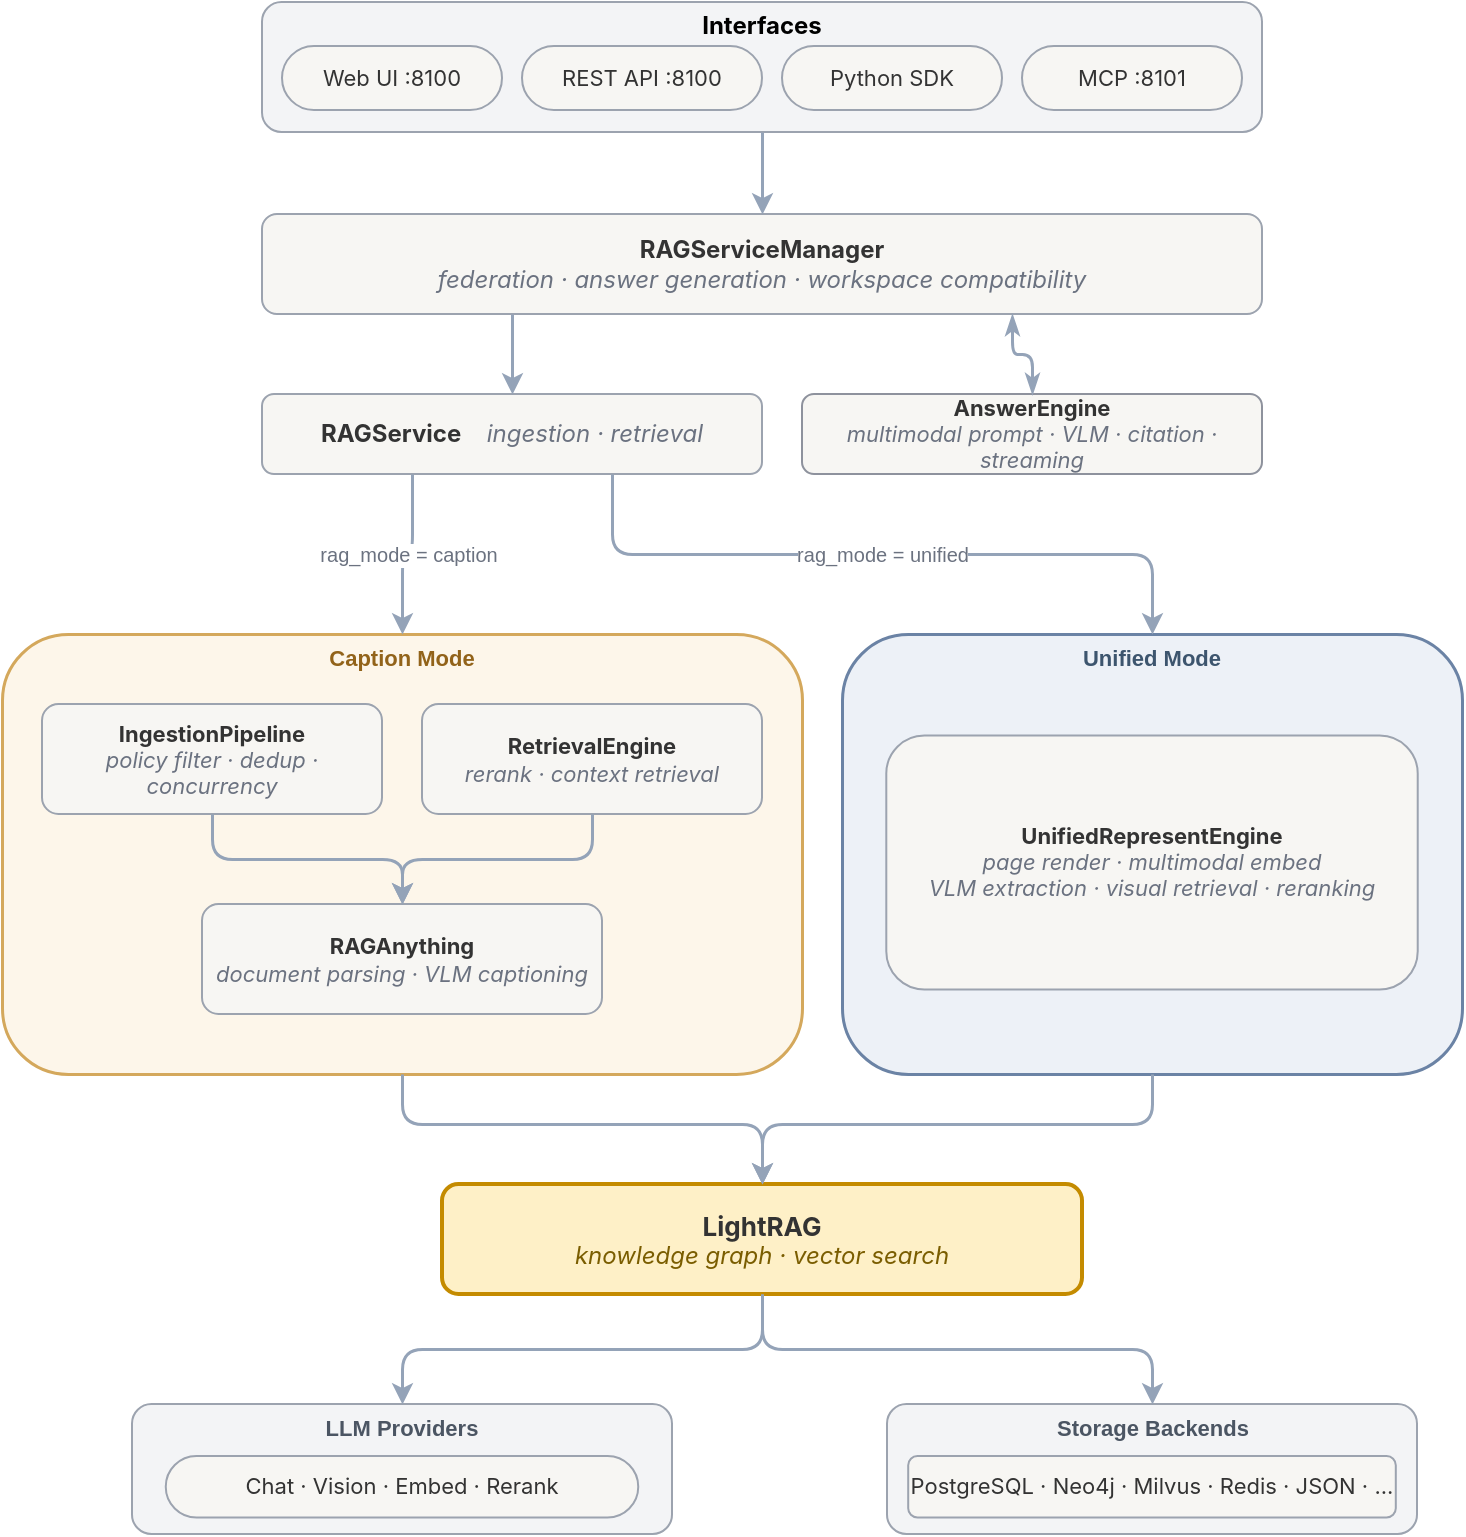
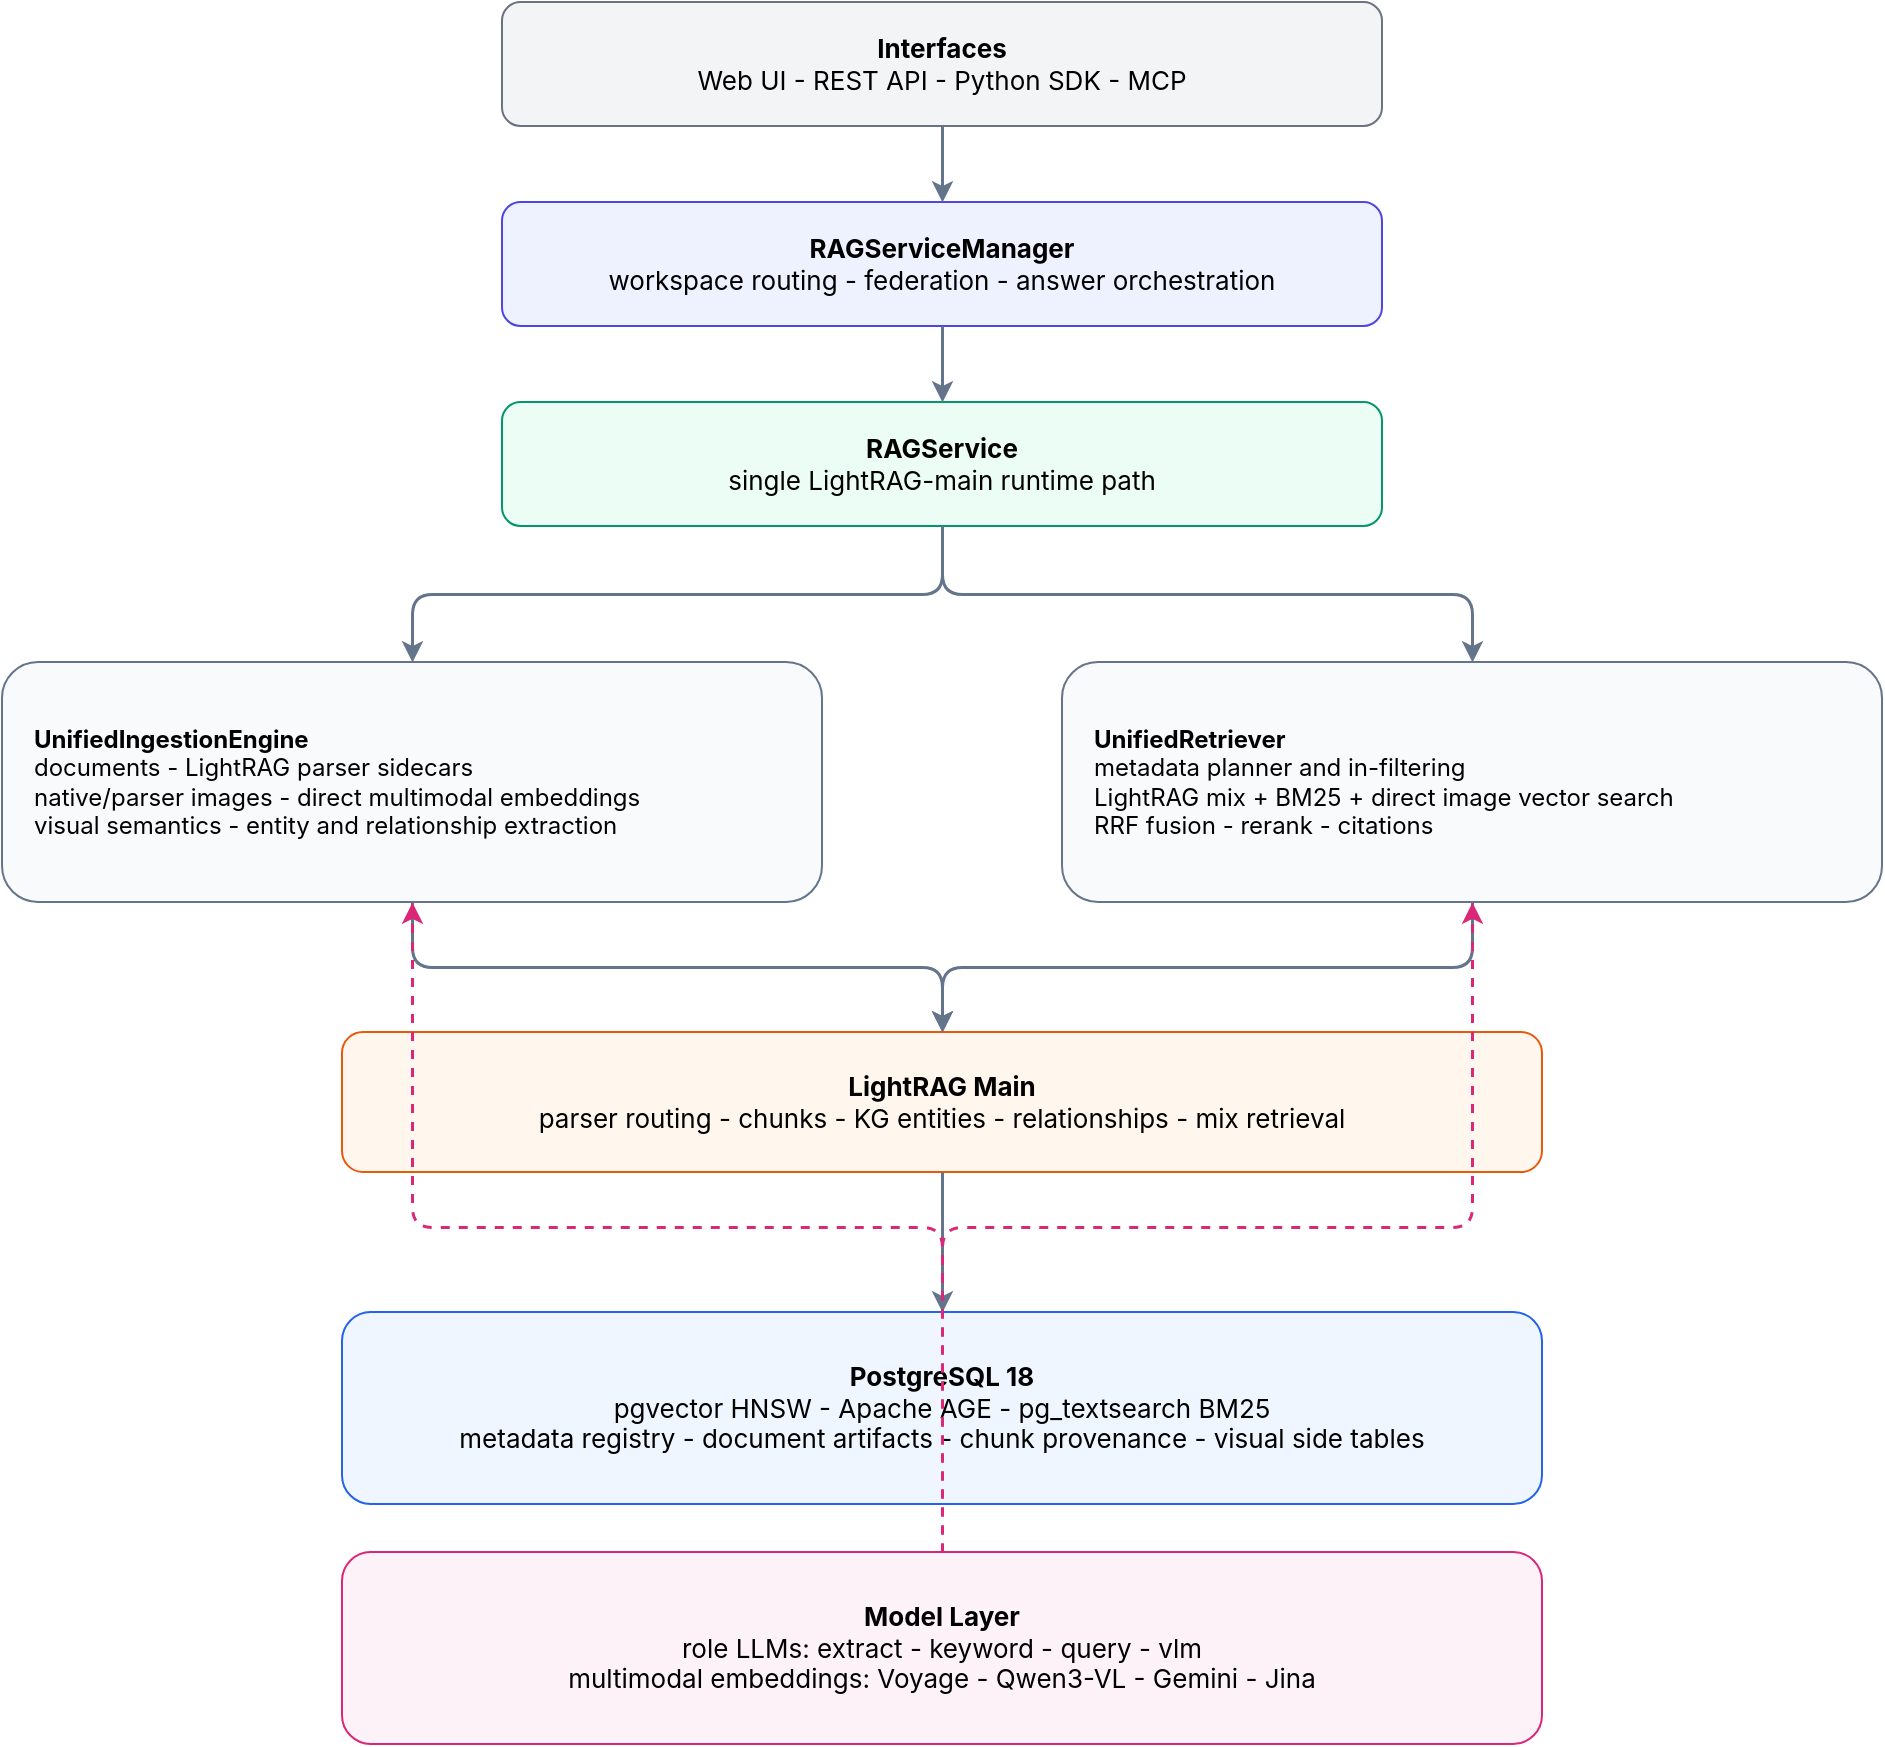
- <mxfile host="Electron" agent="Mozilla/5.0 (Macintosh; Intel Mac OS X 10_15_7) AppleWebKit/537.36 (KHTML, like Gecko) draw.io/29.6.1 Chrome/142.0.7444.265 Electron/39.8.0 Safari/537.36" version="29.6.1">
+ <mxfile host="Electron" version="29.6.1">
  <diagram name="DlightRAG Architecture" id="arch">
-     <mxGraphModel dx="949" dy="1016" grid="1" gridSize="10" guides="1" tooltips="1" connect="1" arrows="1" fold="1" page="0" pageScale="1" pageWidth="850" pageHeight="1100" math="0" shadow="0">
+     <mxGraphModel dx="1100" dy="900" grid="1" gridSize="10" guides="1" tooltips="1" connect="1" arrows="1" fold="1" page="0" pageScale="1" pageWidth="1100" pageHeight="900" math="0" shadow="0">
      <root>
        <mxCell id="0" />
        <mxCell id="1" parent="0" />
-         <mxCell id="interfaces" parent="1" style="rounded=1;whiteSpace=wrap;html=1;fillColor=#f3f4f6;strokeColor=#9ca3af;strokeWidth=1;verticalAlign=top;spacingTop=-2;container=1;collapsible=0;fontColor=#4b5563;" value="&lt;font face=&quot;Inter&quot; style=&quot;color: rgb(0, 0, 0);&quot;&gt;&lt;b style=&quot;&quot;&gt;Interfaces&lt;/b&gt;&lt;/font&gt;" vertex="1">
-           <mxGeometry height="65" width="500" x="200" y="-6" as="geometry" />
+         <mxCell id="interfaces" value="&lt;b&gt;Interfaces&lt;/b&gt;&lt;br&gt;Web UI - REST API - Python SDK - MCP" style="rounded=1;whiteSpace=wrap;html=1;fillColor=#f3f4f6;strokeColor=#6b7280;fontFamily=Inter;fontSize=13;" vertex="1" parent="1">
+           <mxGeometry x="330" y="20" width="440" height="62" as="geometry" />
        </mxCell>
-         <mxCell id="webui" parent="interfaces" style="rounded=1;whiteSpace=wrap;html=1;fillColor=#f7f6f3;strokeColor=#9ca3af;fontSize=11;fontFamily=Inter;arcSize=50;fontColor=#333333;" value="Web UI :8100" vertex="1">
-           <mxGeometry height="32" width="110" x="10" y="22" as="geometry" />
+         <mxCell id="manager" value="&lt;b&gt;RAGServiceManager&lt;/b&gt;&lt;br&gt;workspace routing - federation - answer orchestration" style="rounded=1;whiteSpace=wrap;html=1;fillColor=#eef2ff;strokeColor=#4f46e5;fontFamily=Inter;fontSize=13;" vertex="1" parent="1">
+           <mxGeometry x="330" y="120" width="440" height="62" as="geometry" />
        </mxCell>
-         <mxCell id="rest" parent="interfaces" style="rounded=1;whiteSpace=wrap;html=1;fillColor=#f7f6f3;strokeColor=#9ca3af;fontSize=11;fontFamily=Inter;arcSize=50;fontColor=#333333;" value="REST API :8100" vertex="1">
-           <mxGeometry height="32" width="120" x="130" y="22" as="geometry" />
+         <mxCell id="service" value="&lt;b&gt;RAGService&lt;/b&gt;&lt;br&gt;single LightRAG-main runtime path" style="rounded=1;whiteSpace=wrap;html=1;fillColor=#ecfdf5;strokeColor=#059669;fontFamily=Inter;fontSize=13;" vertex="1" parent="1">
+           <mxGeometry x="330" y="220" width="440" height="62" as="geometry" />
        </mxCell>
-         <mxCell id="sdk" parent="interfaces" style="rounded=1;whiteSpace=wrap;html=1;fillColor=#f7f6f3;strokeColor=#9ca3af;fontSize=11;fontFamily=Inter;arcSize=50;fontColor=#333333;" value="Python SDK" vertex="1">
-           <mxGeometry height="32" width="110" x="260" y="22" as="geometry" />
+         <mxCell id="ingest" value="&lt;b&gt;UnifiedIngestionEngine&lt;/b&gt;&lt;br&gt;documents - LightRAG parser sidecars&lt;br&gt;native/parser images - direct multimodal embeddings&lt;br&gt;visual semantics - entity and relationship extraction" style="rounded=1;whiteSpace=wrap;html=1;fillColor=#f8fafc;strokeColor=#64748b;fontFamily=Inter;fontSize=12;align=left;spacingLeft=14;" vertex="1" parent="1">
+           <mxGeometry x="80" y="350" width="410" height="120" as="geometry" />
        </mxCell>
-         <mxCell id="mcp" parent="interfaces" style="rounded=1;whiteSpace=wrap;html=1;fillColor=#f7f6f3;strokeColor=#9ca3af;fontSize=11;fontFamily=Inter;arcSize=50;fontColor=#333333;" value="MCP :8101" vertex="1">
-           <mxGeometry height="32" width="110" x="380" y="22" as="geometry" />
+         <mxCell id="retrieve" value="&lt;b&gt;UnifiedRetriever&lt;/b&gt;&lt;br&gt;metadata planner and in-filtering&lt;br&gt;LightRAG mix + BM25 + direct image vector search&lt;br&gt;RRF fusion - rerank - citations" style="rounded=1;whiteSpace=wrap;html=1;fillColor=#f8fafc;strokeColor=#64748b;fontFamily=Inter;fontSize=12;align=left;spacingLeft=14;" vertex="1" parent="1">
+           <mxGeometry x="610" y="350" width="410" height="120" as="geometry" />
        </mxCell>
-         <mxCell id="rsm" parent="1" style="rounded=1;whiteSpace=wrap;html=1;fillColor=#f7f6f3;strokeColor=#9ca3af;fontSize=12;fontFamily=Inter;fontColor=#333333;" value="&lt;b&gt;RAGServiceManager&lt;/b&gt;&lt;br&gt;&lt;i style=&#39;color:#6b7280&#39;&gt;federation · answer generation · workspace compatibility&lt;/i&gt;" vertex="1">
-           <mxGeometry height="50" width="500" x="200" y="100" as="geometry" />
+         <mxCell id="lightrag" value="&lt;b&gt;LightRAG Main&lt;/b&gt;&lt;br&gt;parser routing - chunks - KG entities - relationships - mix retrieval" style="rounded=1;whiteSpace=wrap;html=1;fillColor=#fff7ed;strokeColor=#ea580c;fontFamily=Inter;fontSize=13;" vertex="1" parent="1">
+           <mxGeometry x="250" y="535" width="600" height="70" as="geometry" />
        </mxCell>
-         <mxCell id="ae" parent="1" style="rounded=1;whiteSpace=wrap;html=1;fillColor=#F7F6F3;strokeColor=#8E929D;strokeWidth=1;fontSize=11;fontFamily=Inter;fontColor=#333333;" value="&lt;b&gt;AnswerEngine&lt;/b&gt;&lt;br&gt;&lt;i style=&quot;color:#6b7280&quot;&gt;multimodal prompt · VLM · citation · streaming&lt;/i&gt;" vertex="1">
-           <mxGeometry height="40" width="230" x="470" y="190" as="geometry" />
+         <mxCell id="pg" value="&lt;b&gt;PostgreSQL 18&lt;/b&gt;&lt;br&gt;pgvector HNSW - Apache AGE - pg_textsearch BM25&lt;br&gt;metadata registry - document artifacts - chunk provenance - visual side tables" style="rounded=1;whiteSpace=wrap;html=1;fillColor=#eff6ff;strokeColor=#2563eb;fontFamily=Inter;fontSize=13;" vertex="1" parent="1">
+           <mxGeometry x="250" y="675" width="600" height="96" as="geometry" />
        </mxCell>
-         <mxCell id="rs" parent="1" style="rounded=1;whiteSpace=wrap;html=1;fillColor=#f7f6f3;strokeColor=#9ca3af;fontSize=12;fontFamily=Inter;fontColor=#333333;" value="&lt;b&gt;RAGService&lt;/b&gt; &amp;ensp; &lt;i style=&#39;color:#6b7280&#39;&gt;ingestion · retrieval&lt;/i&gt;" vertex="1">
-           <mxGeometry height="40" width="250" x="200" y="190" as="geometry" />
+         <mxCell id="models" value="&lt;b&gt;Model Layer&lt;/b&gt;&lt;br&gt;role LLMs: extract - keyword - query - vlm&lt;br&gt;multimodal embeddings: Voyage - Qwen3-VL - Gemini - Jina" style="rounded=1;whiteSpace=wrap;html=1;fillColor=#fdf2f8;strokeColor=#db2777;fontFamily=Inter;fontSize=13;" vertex="1" parent="1">
+           <mxGeometry x="250" y="795" width="600" height="96" as="geometry" />
        </mxCell>
-         <mxCell id="caption" parent="1" style="rounded=1;whiteSpace=wrap;html=1;fillColor=#fdf6ea;strokeColor=#d4a85c;strokeWidth=1.5;verticalAlign=top;spacingTop=-2;container=1;collapsible=0;fontColor=#92631a;" value="&lt;b style=&#39;font-size:11px;color:#92631a&#39;&gt;Caption Mode&lt;/b&gt;" vertex="1">
-           <mxGeometry height="220" width="400" x="70" y="310" as="geometry" />
-         </mxCell>
-         <mxCell id="ip" parent="caption" style="rounded=1;whiteSpace=wrap;html=1;fillColor=#f7f6f3;strokeColor=#9ca3af;fontSize=11;fontFamily=Inter;fontColor=#333333;" value="&lt;b&gt;IngestionPipeline&lt;/b&gt;&lt;br&gt;&lt;i style=&#39;color:#6b7280&#39;&gt;policy filter · dedup · concurrency&lt;/i&gt;" vertex="1">
-           <mxGeometry height="55" width="170" x="20" y="35" as="geometry" />
-         </mxCell>
-         <mxCell id="re" parent="caption" style="rounded=1;whiteSpace=wrap;html=1;fillColor=#f7f6f3;strokeColor=#9ca3af;fontSize=11;fontFamily=Inter;fontColor=#333333;" value="&lt;b&gt;RetrievalEngine&lt;/b&gt;&lt;br&gt;&lt;i style=&#39;color:#6b7280&#39;&gt;rerank · context retrieval&lt;/i&gt;" vertex="1">
-           <mxGeometry height="55" width="170" x="210" y="35" as="geometry" />
-         </mxCell>
-         <mxCell id="ra" parent="caption" style="rounded=1;whiteSpace=wrap;html=1;fillColor=#f7f6f3;strokeColor=#9ca3af;fontSize=11;fontFamily=Inter;fontColor=#333333;" value="&lt;b&gt;RAGAnything&lt;/b&gt;&lt;br&gt;&lt;i style=&#39;color:#6b7280&#39;&gt;document parsing · VLM captioning&lt;/i&gt;" vertex="1">
-           <mxGeometry height="55" width="200" x="100" y="135" as="geometry" />
-         </mxCell>
-         <mxCell id="e5" edge="1" parent="caption" source="ip" style="edgeStyle=orthogonalEdgeStyle;rounded=1;orthogonalLoop=1;jettySize=auto;html=1;strokeColor=#94a3b8;strokeWidth=1.5;exitX=0.5;exitY=1;exitDx=0;exitDy=0;entryX=0.5;entryY=0;entryDx=0;entryDy=0;" target="ra">
+         <mxCell id="e1" edge="1" parent="1" source="interfaces" target="manager" style="edgeStyle=orthogonalEdgeStyle;rounded=1;html=1;strokeColor=#64748b;strokeWidth=1.5;">
          <mxGeometry relative="1" as="geometry" />
        </mxCell>
-         <mxCell id="e6" edge="1" parent="caption" source="re" style="edgeStyle=orthogonalEdgeStyle;rounded=1;orthogonalLoop=1;jettySize=auto;html=1;strokeColor=#94a3b8;strokeWidth=1.5;exitX=0.5;exitY=1;exitDx=0;exitDy=0;entryX=0.5;entryY=0;entryDx=0;entryDy=0;" target="ra">
+         <mxCell id="e2" edge="1" parent="1" source="manager" target="service" style="edgeStyle=orthogonalEdgeStyle;rounded=1;html=1;strokeColor=#64748b;strokeWidth=1.5;">
          <mxGeometry relative="1" as="geometry" />
        </mxCell>
-         <mxCell id="unified" parent="1" style="rounded=1;whiteSpace=wrap;html=1;fillColor=#edf1f7;strokeColor=#6b83a5;strokeWidth=1.5;verticalAlign=top;spacingTop=-2;container=1;collapsible=0;fontColor=#3d556e;" value="&lt;b style=&#39;font-size:11px;color:#3d556e&#39;&gt;Unified Mode&lt;/b&gt;" vertex="1">
-           <mxGeometry height="220" width="310" x="490" y="310" as="geometry" />
-         </mxCell>
-         <mxCell id="ure" parent="unified" style="rounded=1;whiteSpace=wrap;html=1;fillColor=#f7f6f3;strokeColor=#9ca3af;fontSize=11;fontFamily=Inter;fontColor=#333333;" value="&lt;b&gt;UnifiedRepresentEngine&lt;/b&gt;&lt;br&gt;&lt;i style=&#39;color:#6b7280&#39;&gt;page render · multimodal embed&lt;br&gt;VLM extraction · visual retrieval · reranking&lt;/i&gt;" vertex="1">
-           <mxGeometry height="126.9230769230769" width="265.7142857142857" x="22.142857142857146" y="50.76923076923077" as="geometry" />
-         </mxCell>
-         <mxCell id="lr" parent="1" style="rounded=1;whiteSpace=wrap;html=1;fillColor=#fef0c7;strokeColor=#c48b00;strokeWidth=2;fontSize=12;fontFamily=Inter;fontColor=#333333;" value="&lt;b style=&#39;font-size:13px&#39;&gt;LightRAG&lt;/b&gt;&lt;br&gt;&lt;i style=&#39;color:#7a5d00&#39;&gt;knowledge graph · vector search&lt;/i&gt;" vertex="1">
-           <mxGeometry height="55" width="320" x="290" y="585" as="geometry" />
-         </mxCell>
-         <mxCell id="providers" parent="1" style="rounded=1;whiteSpace=wrap;html=1;fillColor=#f3f4f6;strokeColor=#9ca3af;strokeWidth=1;verticalAlign=top;spacingTop=-2;container=1;collapsible=0;fontColor=#4b5563;" value="&lt;b style=&#39;font-size:11px;color:#4b5563&#39;&gt;LLM Providers&lt;/b&gt;" vertex="1">
-           <mxGeometry height="65" width="270" x="135" y="695" as="geometry" />
-         </mxCell>
-         <mxCell id="p" parent="providers" style="rounded=1;whiteSpace=wrap;html=1;fillColor=#f7f6f3;strokeColor=#9ca3af;fontSize=11;fontFamily=Inter;arcSize=50;fontColor=#333333;" value="Chat · Vision · Embed · Rerank" vertex="1">
-           <mxGeometry height="30.72727272727273" width="236.25" x="16.875" y="26" as="geometry" />
-         </mxCell>
-         <mxCell id="storage" parent="1" style="rounded=1;whiteSpace=wrap;html=1;fillColor=#f3f4f6;strokeColor=#9ca3af;strokeWidth=1;verticalAlign=top;spacingTop=-2;container=1;collapsible=0;fontColor=#4b5563;" value="&lt;b style=&#39;font-size:11px;color:#4b5563&#39;&gt;Storage Backends&lt;/b&gt;" vertex="1">
-           <mxGeometry height="65" width="265" x="512.5" y="695" as="geometry" />
-         </mxCell>
-         <mxCell id="s" parent="storage" style="rounded=1;whiteSpace=wrap;html=1;fillColor=#f7f6f3;strokeColor=#9ca3af;fontSize=11;fontFamily=Inter;fontColor=#333333;" value="PostgreSQL · Neo4j · Milvus · Redis · JSON · ..." vertex="1">
-           <mxGeometry height="30.72727272727273" width="243.8" x="10.600000000000001" y="26" as="geometry" />
-         </mxCell>
-         <mxCell id="e1" edge="1" parent="1" source="interfaces" style="edgeStyle=orthogonalEdgeStyle;rounded=1;orthogonalLoop=1;jettySize=auto;html=1;strokeColor=#94a3b8;strokeWidth=1.5;exitX=0.5;exitY=1;exitDx=0;exitDy=0;entryX=0.5;entryY=0;entryDx=0;entryDy=0;" target="rsm">
+         <mxCell id="e3" edge="1" parent="1" source="service" target="ingest" style="edgeStyle=orthogonalEdgeStyle;rounded=1;html=1;strokeColor=#64748b;strokeWidth=1.5;">
          <mxGeometry relative="1" as="geometry" />
        </mxCell>
-         <mxCell id="e2" edge="1" parent="1" source="rsm" style="edgeStyle=orthogonalEdgeStyle;rounded=1;orthogonalLoop=1;jettySize=auto;html=1;strokeColor=#94a3b8;strokeWidth=1.5;exitX=0.25;exitY=1;exitDx=0;exitDy=0;entryX=0.5;entryY=0;entryDx=0;entryDy=0;" target="rs">
+         <mxCell id="e4" edge="1" parent="1" source="service" target="retrieve" style="edgeStyle=orthogonalEdgeStyle;rounded=1;html=1;strokeColor=#64748b;strokeWidth=1.5;">
          <mxGeometry relative="1" as="geometry" />
        </mxCell>
-         <mxCell id="e3" edge="1" parent="1" source="rs" style="edgeStyle=orthogonalEdgeStyle;rounded=1;orthogonalLoop=1;jettySize=auto;html=1;strokeColor=#94a3b8;strokeWidth=1.5;fontSize=10;fontColor=#6b7280;exitX=0.3;exitY=1;exitDx=0;exitDy=0;entryX=0.5;entryY=0;entryDx=0;entryDy=0;" target="caption" value="rag_mode = caption">
+         <mxCell id="e5" edge="1" parent="1" source="ingest" target="lightrag" style="edgeStyle=orthogonalEdgeStyle;rounded=1;html=1;strokeColor=#64748b;strokeWidth=1.5;">
          <mxGeometry relative="1" as="geometry" />
        </mxCell>
-         <mxCell id="e4" edge="1" parent="1" source="rs" style="edgeStyle=orthogonalEdgeStyle;rounded=1;orthogonalLoop=1;jettySize=auto;html=1;strokeColor=#94a3b8;strokeWidth=1.5;fontSize=10;fontColor=#6b7280;exitX=0.7;exitY=1;exitDx=0;exitDy=0;entryX=0.5;entryY=0;entryDx=0;entryDy=0;" target="unified" value="rag_mode = unified">
+         <mxCell id="e6" edge="1" parent="1" source="retrieve" target="lightrag" style="edgeStyle=orthogonalEdgeStyle;rounded=1;html=1;strokeColor=#64748b;strokeWidth=1.5;">
          <mxGeometry relative="1" as="geometry" />
        </mxCell>
-         <mxCell id="e7" edge="1" parent="1" source="caption" style="edgeStyle=orthogonalEdgeStyle;rounded=1;orthogonalLoop=1;jettySize=auto;html=1;strokeColor=#94a3b8;strokeWidth=1.5;exitX=0.5;exitY=1;exitDx=0;exitDy=0;entryX=0.5;entryY=0;entryDx=0;entryDy=0;" target="lr">
-           <mxGeometry relative="1" as="geometry">
-             <Array as="points">
-               <mxPoint x="270" y="555" />
-               <mxPoint x="450" y="555" />
-             </Array>
-             <mxPoint x="280" y="535" as="sourcePoint" />
-             <mxPoint x="420" y="580" as="targetPoint" />
-           </mxGeometry>
-         </mxCell>
-         <mxCell id="e8" edge="1" parent="1" source="unified" style="edgeStyle=orthogonalEdgeStyle;rounded=1;orthogonalLoop=1;jettySize=auto;html=1;strokeColor=#94a3b8;strokeWidth=1.5;entryX=0.5;entryY=0;entryDx=0;entryDy=0;exitX=0.5;exitY=1;exitDx=0;exitDy=0;" target="lr">
-           <mxGeometry relative="1" as="geometry">
-             <Array as="points">
-               <mxPoint x="645" y="555" />
-               <mxPoint x="450" y="555" />
-             </Array>
-             <mxPoint x="660" y="530" as="sourcePoint" />
-             <mxPoint x="450" y="580" as="targetPoint" />
-           </mxGeometry>
-         </mxCell>
-         <mxCell id="e9" edge="1" parent="1" source="lr" style="edgeStyle=orthogonalEdgeStyle;rounded=1;orthogonalLoop=1;jettySize=auto;html=1;strokeColor=#94a3b8;strokeWidth=1.5;exitX=0.5;exitY=1;exitDx=0;exitDy=0;entryX=0.5;entryY=0;entryDx=0;entryDy=0;" target="providers">
+         <mxCell id="e7" edge="1" parent="1" source="lightrag" target="pg" style="edgeStyle=orthogonalEdgeStyle;rounded=1;html=1;strokeColor=#64748b;strokeWidth=1.5;">
          <mxGeometry relative="1" as="geometry" />
        </mxCell>
-         <mxCell id="e10" edge="1" parent="1" source="lr" style="edgeStyle=orthogonalEdgeStyle;rounded=1;orthogonalLoop=1;jettySize=auto;html=1;strokeColor=#94a3b8;strokeWidth=1.5;exitX=0.5;exitY=1;exitDx=0;exitDy=0;entryX=0.5;entryY=0;entryDx=0;entryDy=0;" target="storage">
+         <mxCell id="e8" edge="1" parent="1" source="models" target="ingest" style="edgeStyle=orthogonalEdgeStyle;rounded=1;html=1;strokeColor=#db2777;strokeWidth=1.5;dashed=1;">
          <mxGeometry relative="1" as="geometry" />
        </mxCell>
-         <mxCell id="4" edge="1" parent="1" source="ae" style="endArrow=classicThin;startArrow=classicThin;html=1;entryX=0.75;entryY=1;entryDx=0;entryDy=0;exitX=0.5;exitY=0;exitDx=0;exitDy=0;edgeStyle=orthogonalEdgeStyle;fillColor=#d5e8d4;strokeColor=#94A3B8;startFill=1;endFill=1;rounded=1;curved=0;strokeWidth=1.5;" target="rsm" value="">
-           <mxGeometry height="50" relative="1" width="50" as="geometry">
-             <mxPoint x="410" y="230" as="sourcePoint" />
-             <mxPoint x="460" y="180" as="targetPoint" />
-           </mxGeometry>
+         <mxCell id="e9" edge="1" parent="1" source="models" target="retrieve" style="edgeStyle=orthogonalEdgeStyle;rounded=1;html=1;strokeColor=#db2777;strokeWidth=1.5;dashed=1;">
+           <mxGeometry relative="1" as="geometry" />
        </mxCell>
      </root>
    </mxGraphModel>
  </diagram>
</mxfile>
